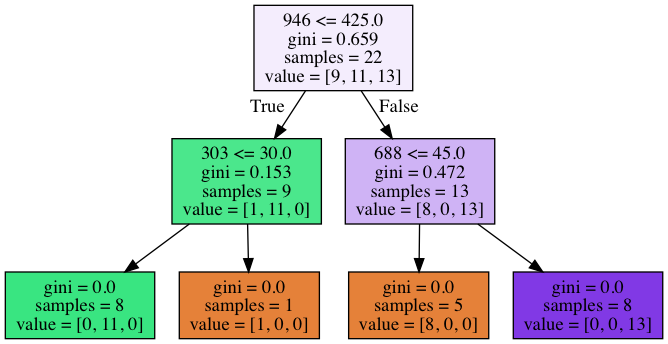
This is analysis/ec2/1_outputs/rf_trees/tree_1.png from swkang73/ecig, a Graphviz export, as it was before one commit. Its source is kept beside it as analysis/ec2/1_outputs/rf_trees/tree_1.dot.
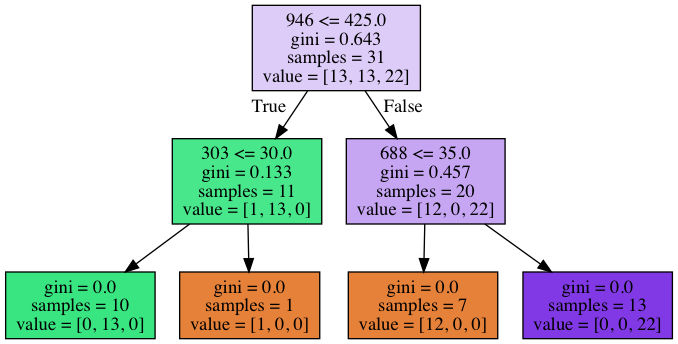
The same file after the commit.

Diff of the diagram source:
```diff
@@ -1,16 +1,16 @@
 digraph Tree {
 node [shape=box, style="filled", color="black"] ;
-0 [label="946 <= 425.0\ngini = 0.659\nsamples = 22\nvalue = [9, 11, 13]", fillcolor="#8139e517"] ;
-1 [label="303 <= 30.0\ngini = 0.153\nsamples = 9\nvalue = [1, 11, 0]", fillcolor="#39e581e8"] ;
+0 [label="946 <= 425.0\ngini = 0.643\nsamples = 31\nvalue = [13, 13, 22]", fillcolor="#8139e542"] ;
+1 [label="303 <= 30.0\ngini = 0.133\nsamples = 11\nvalue = [1, 13, 0]", fillcolor="#39e581eb"] ;
 0 -> 1 [labeldistance=2.5, labelangle=45, headlabel="True"] ;
-2 [label="gini = 0.0\nsamples = 8\nvalue = [0, 11, 0]", fillcolor="#39e581ff"] ;
+2 [label="gini = 0.0\nsamples = 10\nvalue = [0, 13, 0]", fillcolor="#39e581ff"] ;
 1 -> 2 ;
 3 [label="gini = 0.0\nsamples = 1\nvalue = [1, 0, 0]", fillcolor="#e58139ff"] ;
 1 -> 3 ;
-4 [label="688 <= 45.0\ngini = 0.472\nsamples = 13\nvalue = [8, 0, 13]", fillcolor="#8139e562"] ;
+4 [label="688 <= 35.0\ngini = 0.457\nsamples = 20\nvalue = [12, 0, 22]", fillcolor="#8139e574"] ;
 0 -> 4 [labeldistance=2.5, labelangle=-45, headlabel="False"] ;
-5 [label="gini = 0.0\nsamples = 5\nvalue = [8, 0, 0]", fillcolor="#e58139ff"] ;
+5 [label="gini = 0.0\nsamples = 7\nvalue = [12, 0, 0]", fillcolor="#e58139ff"] ;
 4 -> 5 ;
-6 [label="gini = 0.0\nsamples = 8\nvalue = [0, 0, 13]", fillcolor="#8139e5ff"] ;
+6 [label="gini = 0.0\nsamples = 13\nvalue = [0, 0, 22]", fillcolor="#8139e5ff"] ;
 4 -> 6 ;
 }
```
